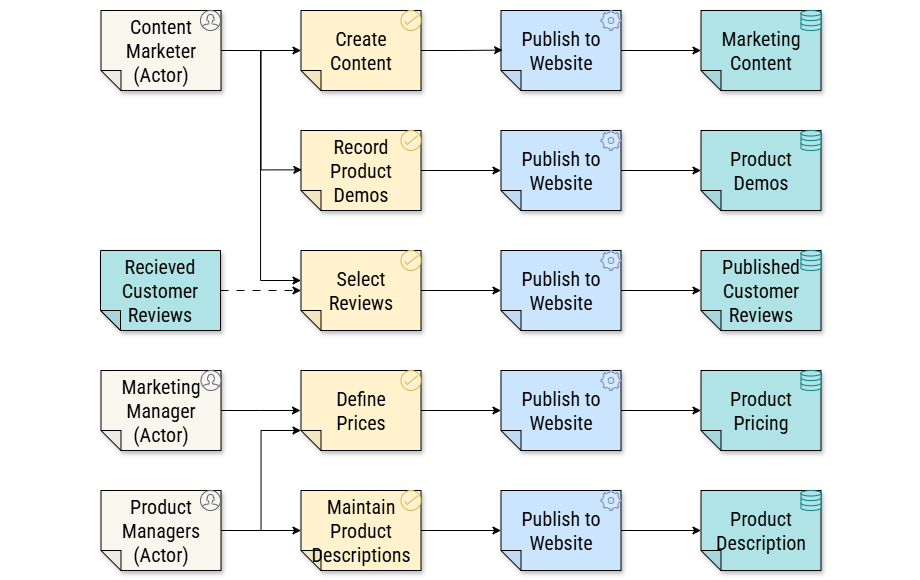
Earlier version of the draw.io export chapter-06/figure-6.16.drawio.png (software-architecture-guild/modeling-software-architecture). Source tidied: cells renumbered, new cells last; positions are measured from the earlier drawing's top-left corner, leaving out a move shared by most shapes.
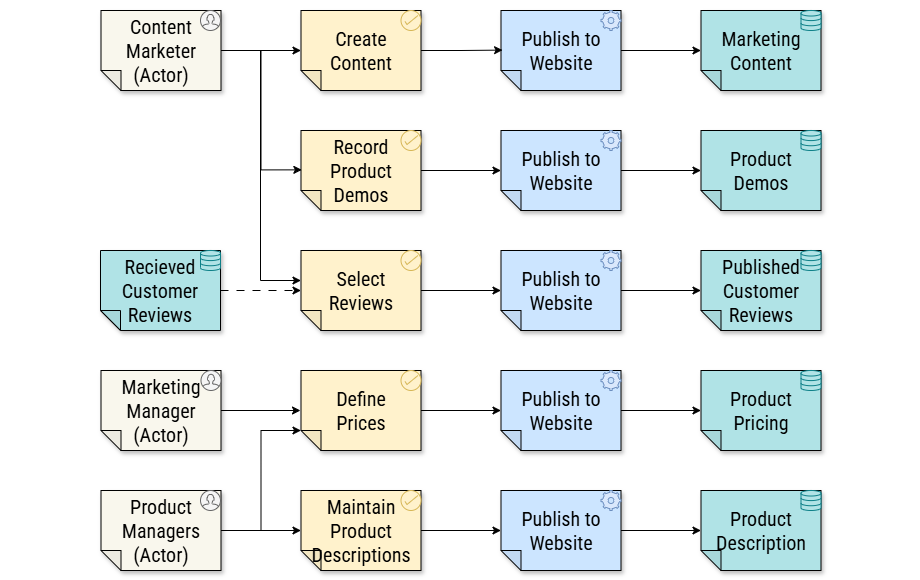
After the commit.

Diff of the diagram source:
```diff
@@ -179,5 +179,8 @@
     <mxCell id="56" style="html=1;verticalLabelPosition=bottom;align=center;labelBackgroundColor=#ffffff;verticalAlign=top;strokeWidth=1;shadow=0;dashed=0;shape=mxgraph.ios7.icons.settings;fillColor=#dae8fc;strokeColor=#6c8ebf;fontFamily=Roboto Condensed;fontSource=https%3A%2F%2Ffonts.googleapis.com%2Fcss%3Ffamily%3DRoboto%2BCondensed;fontSize=20;fontColor=#000000;" parent="1" vertex="1">
       <mxGeometry x="600.5" y="490" width="20" height="20" as="geometry" />
     </mxCell>
+    <mxCell id="57" style="html=1;verticalLabelPosition=bottom;align=center;labelBackgroundColor=#ffffff;verticalAlign=top;strokeWidth=1;shadow=0;dashed=0;shape=mxgraph.ios7.icons.data;fillColor=#b0e3e6;strokeColor=#0e8088;fontFamily=Roboto Condensed;fontSource=https%3A%2F%2Ffonts.googleapis.com%2Fcss%3Ffamily%3DRoboto%2BCondensed;fontSize=20;fontColor=#000000;" parent="1" vertex="1">
+      <mxGeometry x="200" y="250" width="20" height="20" as="geometry" />
+    </mxCell>
   </root>
 </mxGraphModel>
```
